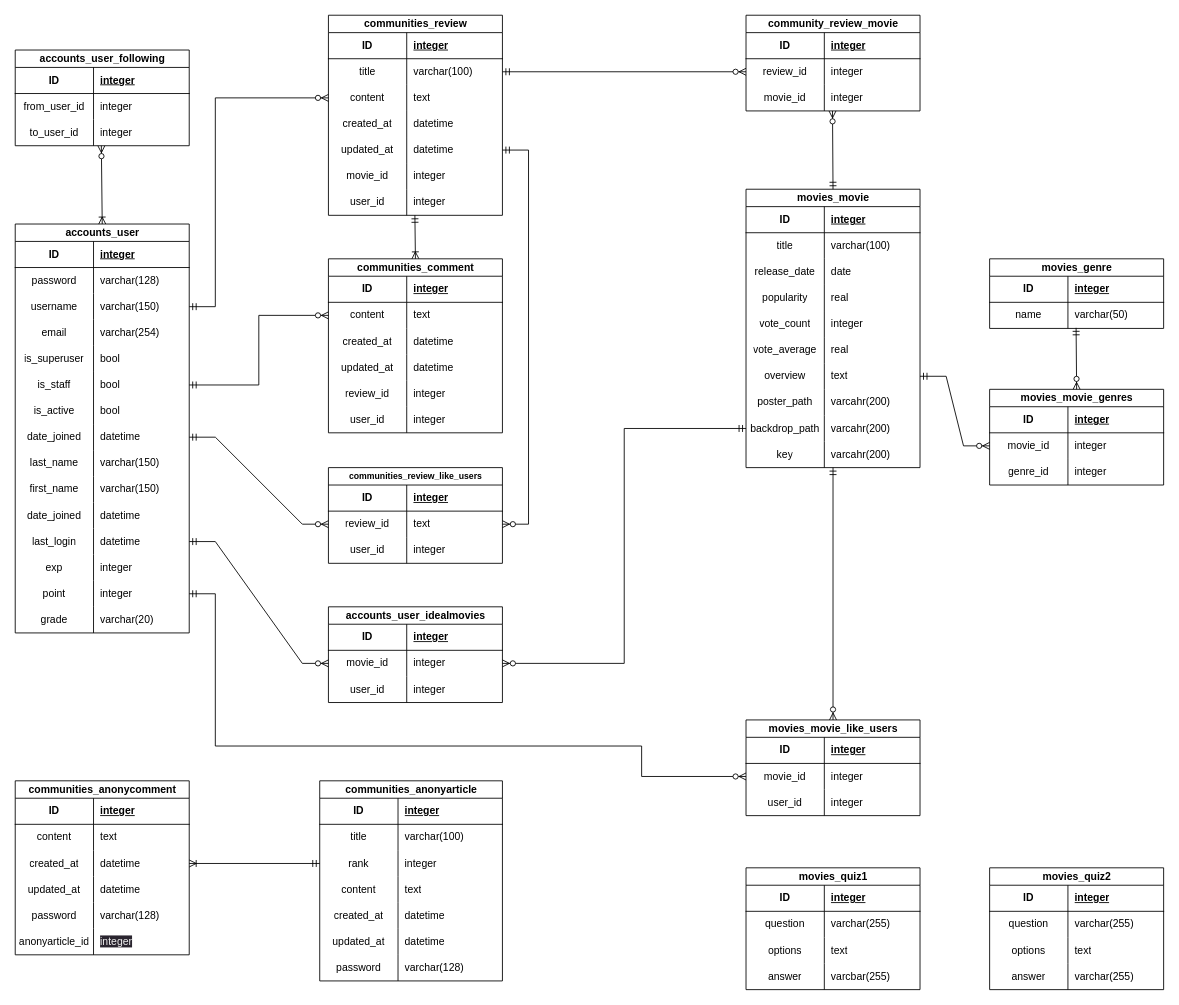
Before: MOVIE_ERD.drawio in KimBeomGi/KimMovie, a draw.io diagram. Source tidied: cells renumbered, new cells numbered last; positions are measured from the earlier drawing's top-left corner, leaving out a move shared by most shapes. Both pictures are drawn from the tidied source at 87%, with x=0, y=0 at pixel (15, 15).
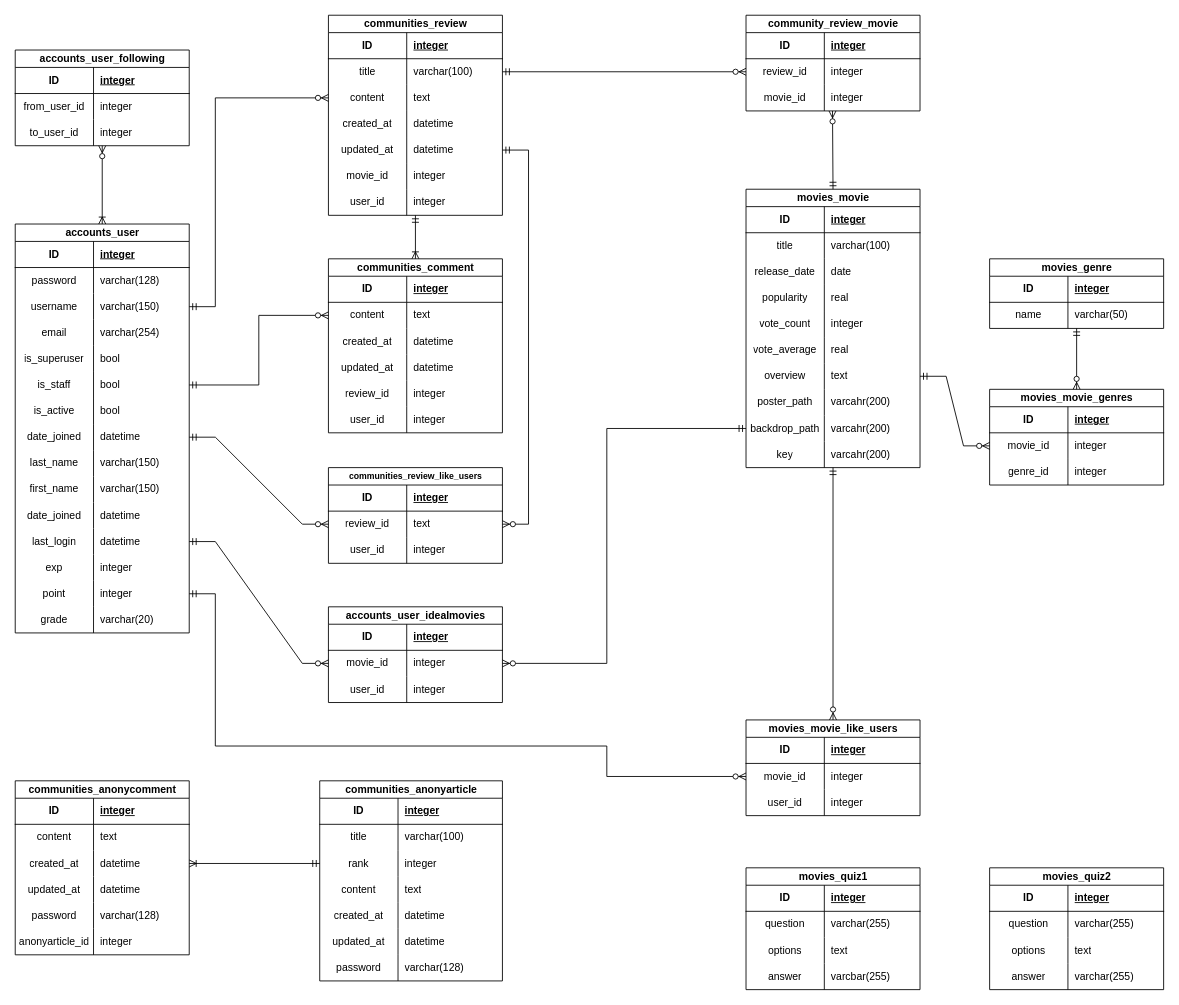
Above is the later version.

Unchanged cells that the change refers to:
```xml
<mxCell id="2" value="accounts_user" style="shape=table;startSize=20;childLayout=tableLayout;rowLines=0;fontStyle=1;align=center;html=1;labelBackgroundColor=none;" parent="1" vertex="1">
  <mxGeometry y="240" width="200" height="470" as="geometry" />
</mxCell>
<mxCell id="42" style="shape=tableRow;horizontal=0;startSize=0;swimlaneHead=0;swimlaneBody=0;fillColor=none;points=[[0,0.5],[1,0.5]];portConstraint=eastwest;top=0;left=0;right=0;bottom=0;labelBackgroundColor=none;" parent="2" vertex="1">
  <mxGeometry y="410" width="200" height="30" as="geometry" />
</mxCell>
<mxCell id="73" style="shape=tableRow;horizontal=0;startSize=0;swimlaneHead=0;swimlaneBody=0;fillColor=none;points=[[0,0.5],[1,0.5]];portConstraint=eastwest;top=0;left=0;right=0;bottom=0;labelBackgroundColor=none;" parent="48" vertex="1">
  <mxGeometry y="260" width="200" height="30" as="geometry" />
</mxCell>
<mxCell id="76" style="shape=tableRow;horizontal=0;startSize=0;swimlaneHead=0;swimlaneBody=0;fillColor=none;points=[[0,0.5],[1,0.5]];portConstraint=eastwest;top=0;left=0;right=0;bottom=0;labelBackgroundColor=none;" parent="48" vertex="1">
  <mxGeometry y="290" width="200" height="30" as="geometry" />
</mxCell>
<mxCell id="98" style="shape=tableRow;horizontal=0;startSize=0;swimlaneHead=0;swimlaneBody=0;fillColor=none;points=[[0,0.5],[1,0.5]];portConstraint=eastwest;top=0;left=0;right=0;bottom=0;labelBackgroundColor=none;" parent="79" vertex="1">
  <mxGeometry y="200" width="200" height="30" as="geometry" />
</mxCell>
<mxCell id="101" value="accounts_user_following" style="shape=table;startSize=20;childLayout=tableLayout;rowLines=0;fontStyle=1;align=center;html=1;labelBackgroundColor=none;" parent="1" vertex="1">
  <mxGeometry y="40" width="200" height="110" as="geometry" />
</mxCell>
<mxCell id="108" style="shape=tableRow;horizontal=0;startSize=0;swimlaneHead=0;swimlaneBody=0;fillColor=none;points=[[0,0.5],[1,0.5]];portConstraint=eastwest;top=0;left=0;right=0;bottom=0;labelBackgroundColor=none;" parent="101" vertex="1">
  <mxGeometry y="80" width="200" height="30" as="geometry" />
</mxCell>
<mxCell id="112" value="communities_comment" style="shape=table;startSize=20;childLayout=tableLayout;rowLines=0;fontStyle=1;align=center;html=1;labelBackgroundColor=none;" parent="1" vertex="1">
  <mxGeometry x="360" y="280" width="200" height="200" as="geometry" />
</mxCell>
<mxCell id="146" value="movies_genre" style="shape=table;startSize=20;childLayout=tableLayout;rowLines=0;fontStyle=1;align=center;html=1;labelBackgroundColor=none;" parent="1" vertex="1">
  <mxGeometry x="1120" y="280" width="200" height="80" as="geometry" />
</mxCell>
<mxCell id="150" style="shape=tableRow;horizontal=0;startSize=0;swimlaneHead=0;swimlaneBody=0;fillColor=none;points=[[0,0.5],[1,0.5]];portConstraint=eastwest;top=0;left=0;right=0;bottom=0;labelBackgroundColor=none;" parent="146" vertex="1">
  <mxGeometry y="50" width="200" height="30" as="geometry" />
</mxCell>
<mxCell id="153" value="movies_movie_genres" style="shape=table;startSize=20;childLayout=tableLayout;rowLines=0;fontStyle=1;align=center;html=1;labelBackgroundColor=none;" parent="1" vertex="1">
  <mxGeometry x="1120" y="430" width="200" height="110" as="geometry" />
</mxCell>
<mxCell id="165" value="movies_movie_like_users" style="shape=table;startSize=20;childLayout=tableLayout;rowLines=0;fontStyle=1;align=center;html=1;labelBackgroundColor=none;" parent="1" vertex="1">
  <mxGeometry x="840" y="810" width="200" height="110" as="geometry" />
</mxCell>
<mxCell id="169" style="shape=tableRow;horizontal=0;startSize=0;swimlaneHead=0;swimlaneBody=0;fillColor=none;points=[[0,0.5],[1,0.5]];portConstraint=eastwest;top=0;left=0;right=0;bottom=0;labelBackgroundColor=none;" parent="165" vertex="1">
  <mxGeometry y="50" width="200" height="30" as="geometry" />
</mxCell>
<mxCell id="215" style="shape=tableRow;horizontal=0;startSize=0;swimlaneHead=0;swimlaneBody=0;fillColor=none;top=0;left=0;right=0;bottom=0;labelBackgroundColor=none;" parent="199" vertex="1">
  <mxGeometry y="170" width="200" height="30" as="geometry" />
</mxCell>
<mxCell id="261" style="shape=tableRow;horizontal=0;startSize=0;swimlaneHead=0;swimlaneBody=0;fillColor=none;points=[[0,0.5],[1,0.5]];portConstraint=eastwest;top=0;left=0;right=0;bottom=0;labelBackgroundColor=none;" parent="257" vertex="1">
  <mxGeometry y="50" width="200" height="30" as="geometry" />
</mxCell>
```

Change to the diagram source:
```diff
@@
-    <mxCell id="111" style="fontSize=12;html=1;endArrow=ERoneToMany;startArrow=ERzeroToMany;rounded=0;exitX=0.495;exitY=1;exitDx=0;exitDy=0;exitPerimeter=0;entryX=0.5;entryY=0;entryDx=0;entryDy=0;" parent="1" edge="1" source="108" target="2">
+    <mxCell id="111" style="fontSize=12;html=1;endArrow=ERoneToMany;startArrow=ERzeroToMany;rounded=0;" parent="1" edge="1" source="101" target="2">
       <mxGeometry relative="1" as="geometry" />
     </mxCell>
@@
-    <mxCell id="141" style="fontSize=12;html=1;endArrow=ERoneToMany;startArrow=ERmandOne;rounded=0;entryX=0.5;entryY=0;entryDx=0;entryDy=0;exitX=0.497;exitY=1;exitDx=0;exitDy=0;exitPerimeter=0;" parent="1" edge="1" source="98" target="112">
+    <mxCell id="141" style="fontSize=12;html=1;endArrow=ERoneToMany;startArrow=ERmandOne;rounded=0;" parent="1" edge="1" source="98" target="112">
       <mxGeometry relative="1" as="geometry" />
     </mxCell>
@@
-    <mxCell id="164" style="fontSize=12;html=1;endArrow=ERzeroToMany;startArrow=ERmandOne;rounded=0;entryX=0.5;entryY=0;entryDx=0;entryDy=0;exitX=0.497;exitY=0.978;exitDx=0;exitDy=0;exitPerimeter=0;" parent="1" edge="1" source="150" target="153">
+    <mxCell id="164" style="fontSize=12;html=1;endArrow=ERzeroToMany;startArrow=ERmandOne;rounded=0;" parent="1" edge="1" source="146" target="153">
       <mxGeometry relative="1" as="geometry" />
     </mxCell>
@@
-    <mxCell id="175" style="fontSize=12;html=1;endArrow=ERzeroToMany;startArrow=ERmandOne;rounded=0;entryX=0.5;entryY=0;entryDx=0;entryDy=0;" parent="1" edge="1" source="76" target="165">
+    <mxCell id="175" style="fontSize=12;html=1;endArrow=ERzeroToMany;startArrow=ERmandOne;rounded=0;" parent="1" edge="1" source="76" target="165">
       <mxGeometry relative="1" as="geometry" />
     </mxCell>
-    <mxCell id="176" style="fontSize=12;html=1;endArrow=ERzeroToMany;startArrow=ERmandOne;rounded=0;entryX=0;entryY=0.5;entryDx=0;entryDy=0;edgeStyle=orthogonalEdgeStyle;" parent="1" edge="1" source="42" target="169">
+    <mxCell id="176" style="fontSize=12;html=1;endArrow=ERzeroToMany;startArrow=ERmandOne;rounded=0;edgeStyle=orthogonalEdgeStyle;" parent="1" edge="1" source="42" target="169">
       <mxGeometry relative="1" as="geometry">
         <Array as="points">
           <mxPoint x="230" y="665" />
           <mxPoint x="230" y="840" />
-          <mxPoint x="720" y="840" />
-          <mxPoint x="720" y="875" />
+          <mxPoint x="680" y="840" />
+          <mxPoint x="680" y="875" />
         </Array>
       </mxGeometry>
     </mxCell>
@@
-    <mxCell id="217" value="&lt;span style=&quot;color: rgb(240, 240, 240); font-family: Helvetica; font-size: 12px; font-style: normal; font-variant-ligatures: normal; font-variant-caps: normal; font-weight: 400; letter-spacing: normal; orphans: 2; text-align: left; text-indent: 0px; text-transform: none; widows: 2; word-spacing: 0px; -webkit-text-stroke-width: 0px; background-color: rgb(42, 37, 47); text-decoration-thickness: initial; text-decoration-style: initial; text-decoration-color: initial; float: none; display: inline !important;&quot;&gt;integer&lt;/span&gt;" style="shape=partialRectangle;fillColor=none;top=0;left=0;bottom=0;right=0;align=left;spacingLeft=6;overflow=hidden;whiteSpace=wrap;html=1;labelBackgroundColor=none;" parent="215" vertex="1">
+    <mxCell id="217" value="integer" style="shape=partialRectangle;fillColor=none;top=0;left=0;bottom=0;right=0;align=left;spacingLeft=6;overflow=hidden;whiteSpace=wrap;html=1;labelBackgroundColor=none;" parent="215" vertex="1">
       <mxGeometry x="90" width="110" height="30" as="geometry" />
     </mxCell>
@@
     <mxCell id="268" style="fontSize=12;html=1;endArrow=ERzeroToMany;startArrow=ERmandOne;rounded=0;edgeStyle=orthogonalEdgeStyle;" parent="1" edge="1" source="73" target="261">
-      <mxGeometry relative="1" as="geometry" />
+      <mxGeometry relative="1" as="geometry">
+        <Array as="points">
+          <mxPoint x="680" y="475" />
+          <mxPoint x="680" y="745" />
+        </Array>
+      </mxGeometry>
     </mxCell>
```
